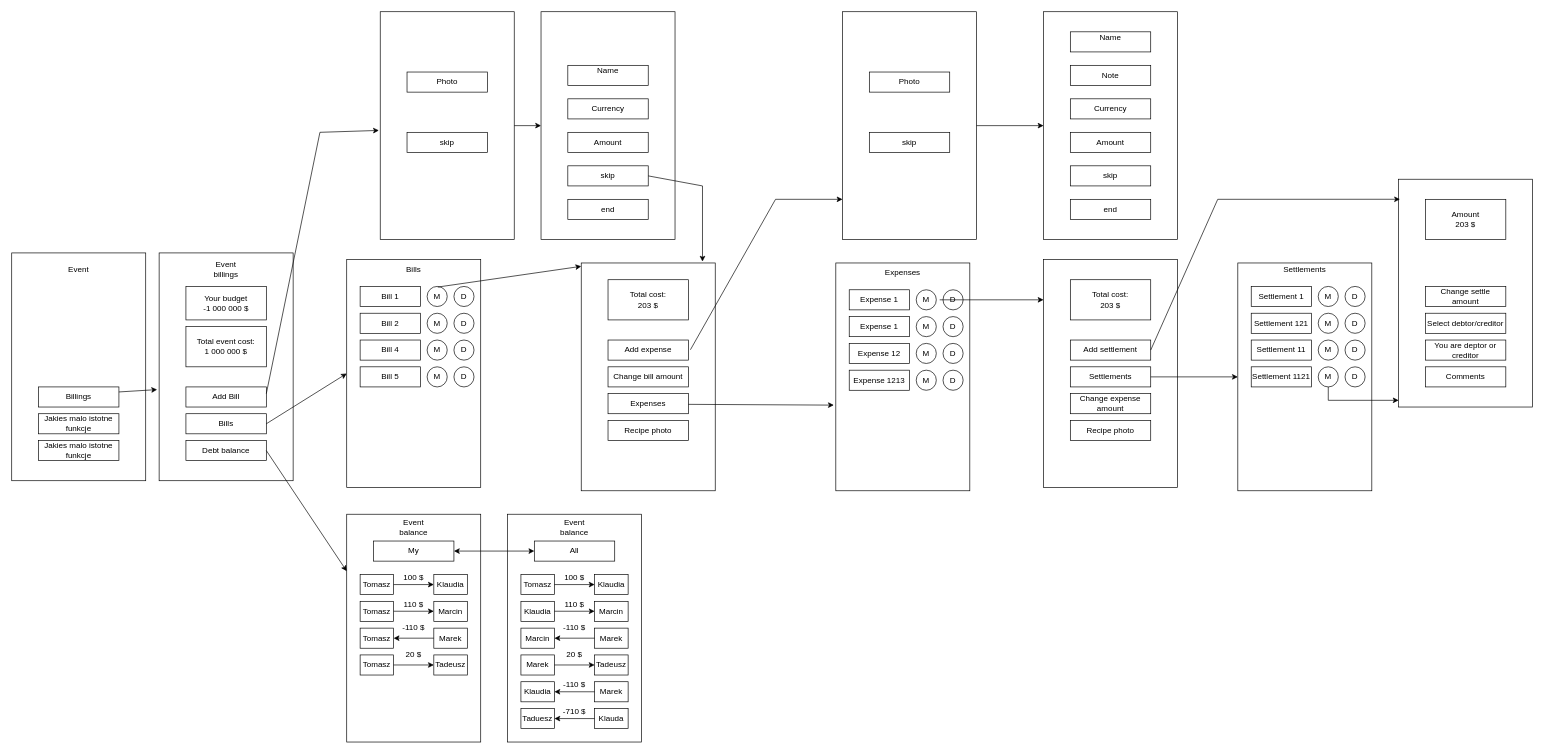
This is Billings.drawio from Tomasz98Zukowski/TripBudgetApp, a draw.io file, before an edit. Source tidied: cells renumbered, new cells numbered last; positions are measured from the earlier drawing's top-left corner, leaving out a move shared by most shapes. Both pictures are drawn from the tidied source at 67%, with x=0, y=0 at pixel (11, 11).
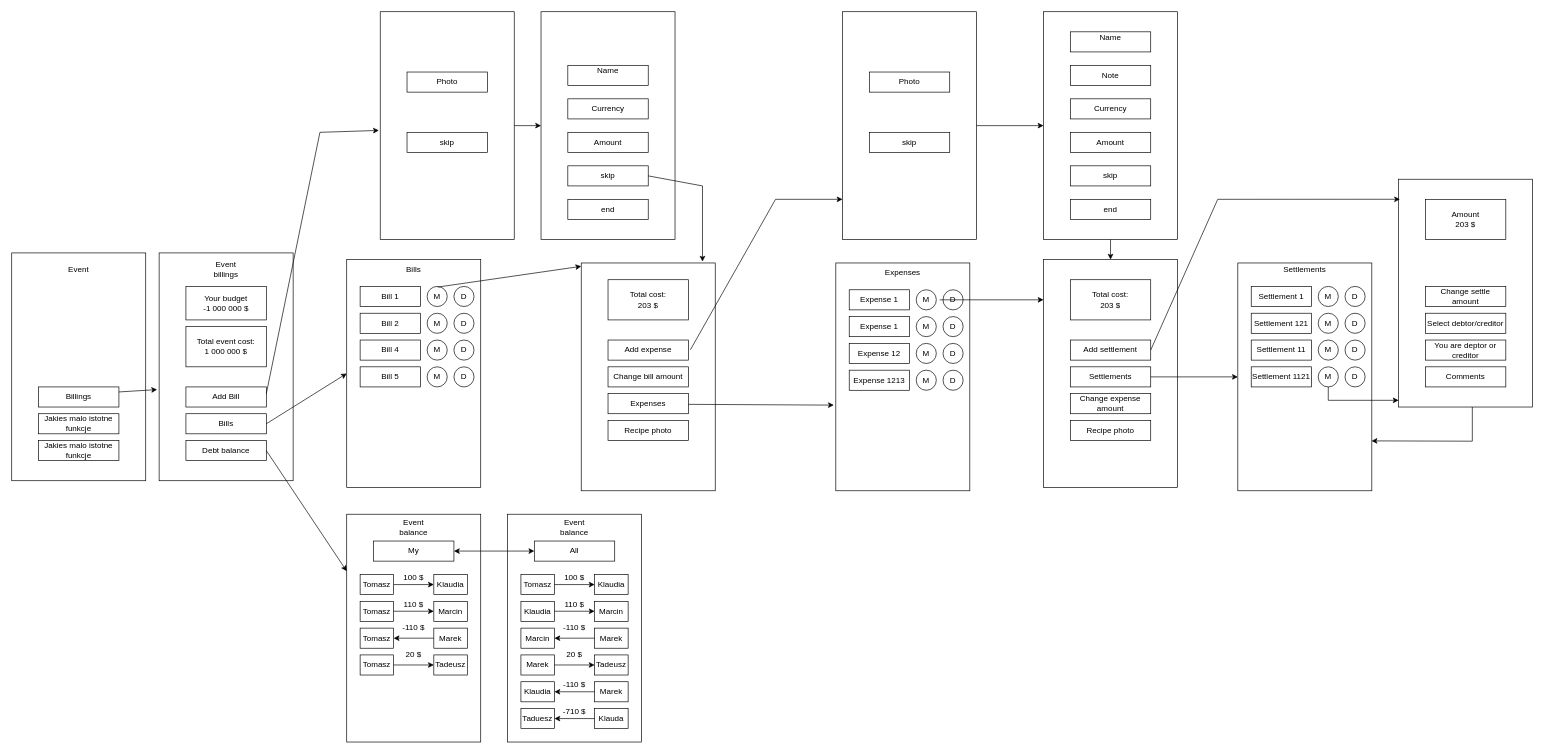
Above is the later version.

Unchanged cells that the change refers to:
```xml
<mxCell id="130" style="rounded=0;whiteSpace=wrap;html=1;" parent="1" vertex="1">
  <mxGeometry x="1540" width="200" height="340" as="geometry" />
</mxCell>
<mxCell id="141" style="rounded=0;whiteSpace=wrap;html=1;" parent="1" vertex="1">
  <mxGeometry x="1540" y="370" width="200" height="340" as="geometry" />
</mxCell>
<mxCell id="147" style="rounded=0;whiteSpace=wrap;html=1;" parent="1" vertex="1">
  <mxGeometry x="1830" y="375" width="200" height="340" as="geometry" />
</mxCell>
```

What changed in the source:
```diff
@@
+    <mxCell id="178" style="endArrow=classic;html=1;rounded=0;exitX=0.5;exitY=1;exitDx=0;exitDy=0;entryX=0.5;entryY=0;entryDx=0;entryDy=0;" parent="1" edge="1" source="130" target="141">
+      <mxGeometry relative="1" as="geometry" />
+    </mxCell>
+    <mxCell id="179" style="endArrow=classic;html=1;rounded=0;exitX=0.5;exitY=1;exitDx=0;exitDy=0;entryX=0.998;entryY=0.781;entryDx=0;entryDy=0;entryPerimeter=0;" parent="1" edge="1" target="147">
+      <mxGeometry relative="1" as="geometry">
+        <mxPoint x="2180" y="590" as="sourcePoint" />
+        <Array as="points">
+          <mxPoint x="2180" y="641" />
+        </Array>
+      </mxGeometry>
+    </mxCell>
```
